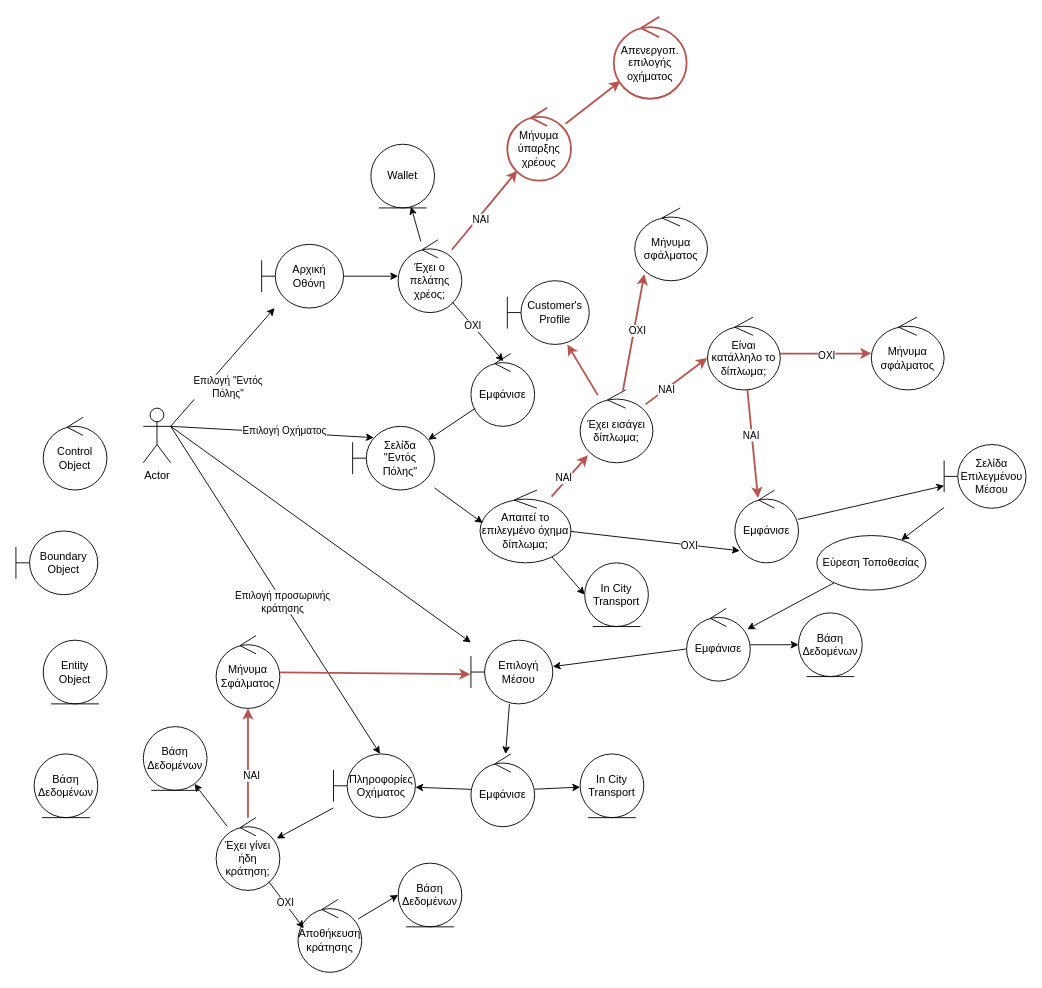
The draw.io diagram Part_2/Robustness/diagrams/01_Επιλογή_Μέσου_Μετακίνησης.drawio in Nikolis2002/texnoligia_logismikou, before the edit. Source tidied: cells renumbered, new cells numbered last; positions are measured from the earlier drawing's top-left corner, leaving out a move shared by most shapes. Both pictures are drawn from the tidied source at 91%, with x=0, y=0 at pixel (15, 16).
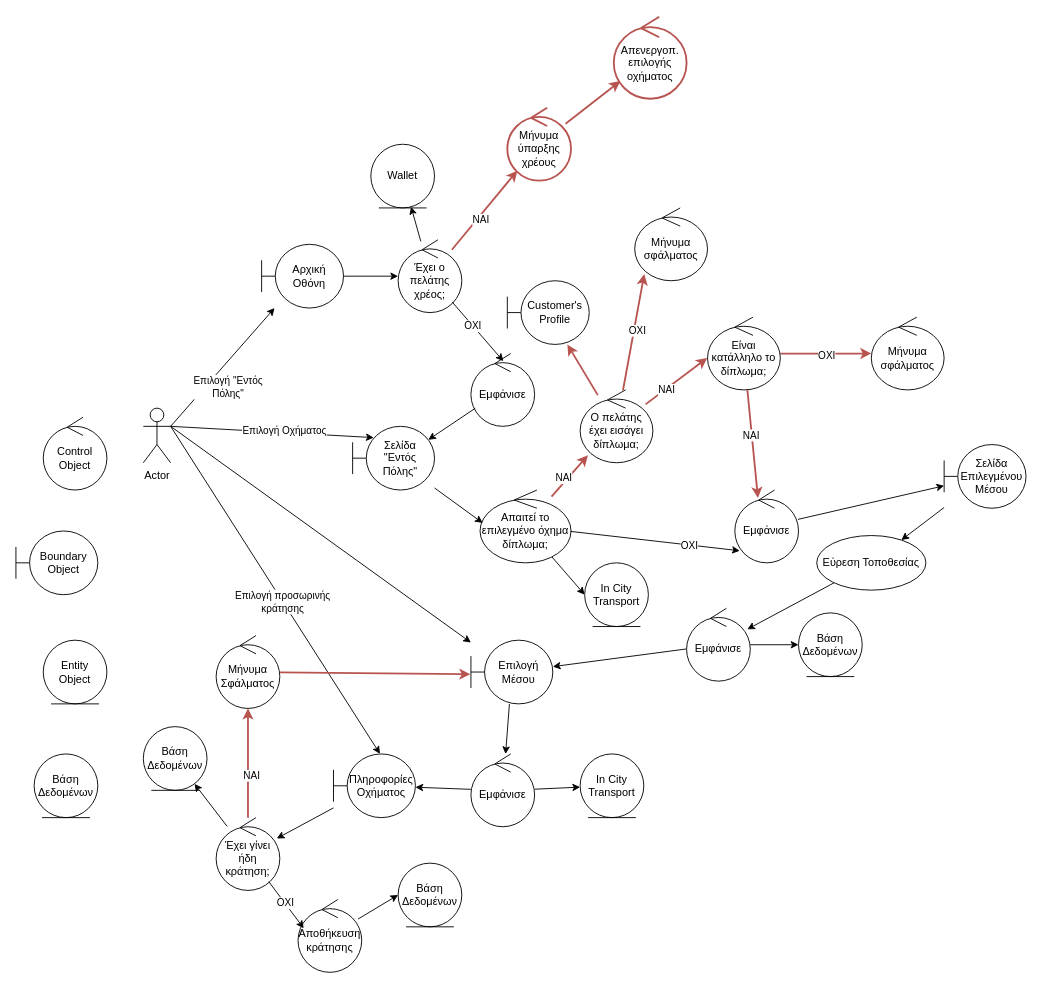
After the change.

Commit message (it also covers changes not shown here):
Xenos... I remember you're, ROBUSTNESS DIAGRAMS!

Change to the diagram source:
```diff
@@
-    <mxCell id="63" value="Έχει εισάγει δίπλωμα;" style="ellipse;shape=umlControl;whiteSpace=wrap;html=1;" parent="1" vertex="1">
+    <mxCell id="63" value="Ο πελάτης έχει εισάγει δίπλωμα;" style="ellipse;shape=umlControl;whiteSpace=wrap;html=1;" parent="1" vertex="1">
       <mxGeometry x="620" y="410" width="80" height="80" as="geometry" />
     </mxCell>
```
